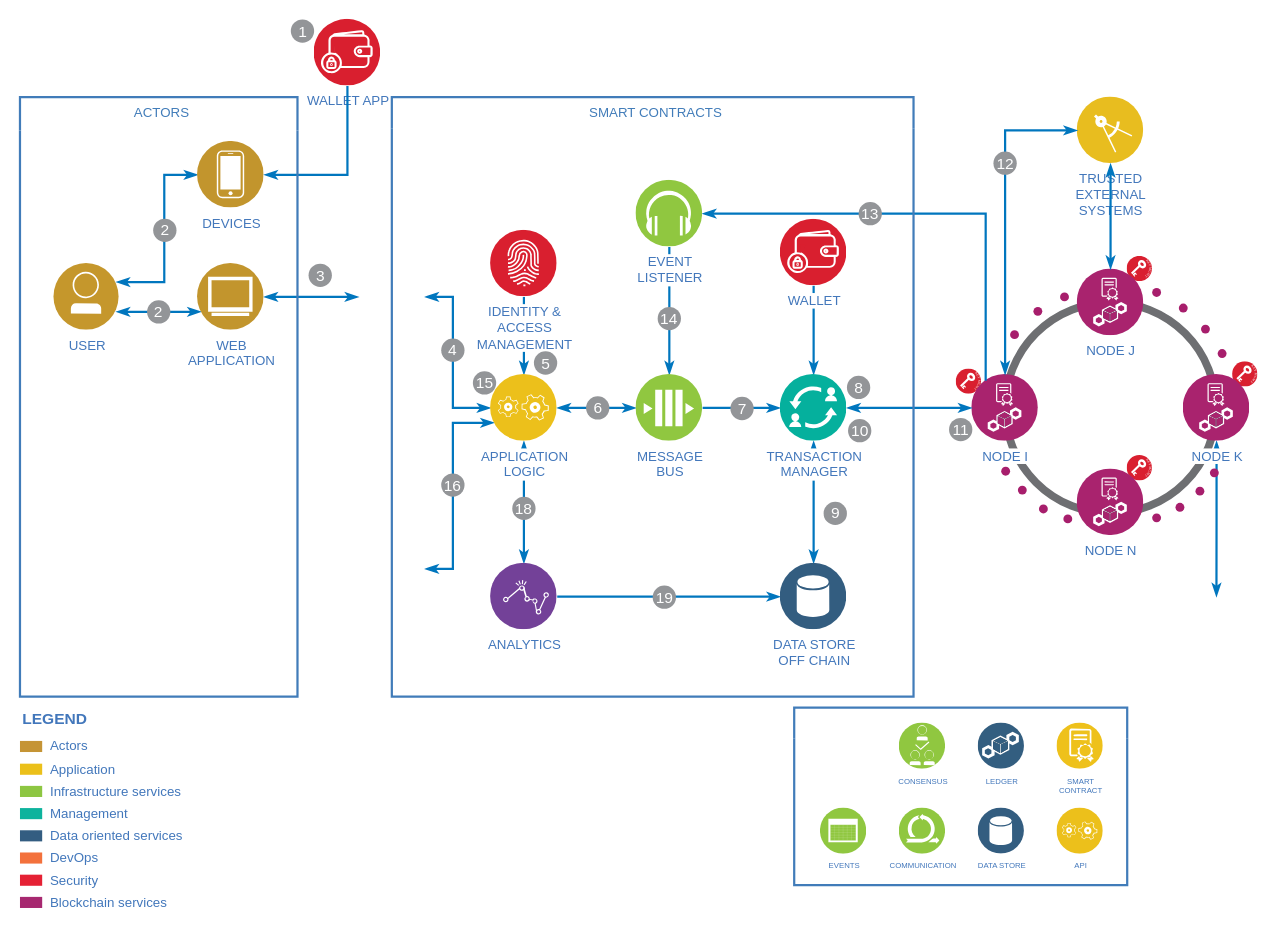
Earlier version of the draw.io diagram Dero.Stargate.AsIs.drawio (liqdmetal/DERO.STARGATE.DIAGRAMS). Source tidied: cells renumbered, new cells numbered last; positions are measured from the earlier drawing's top-left corner, leaving out a move shared by most shapes. Both pictures are drawn from the tidied source at 111%, with x=0, y=0 at pixel (19, 19).
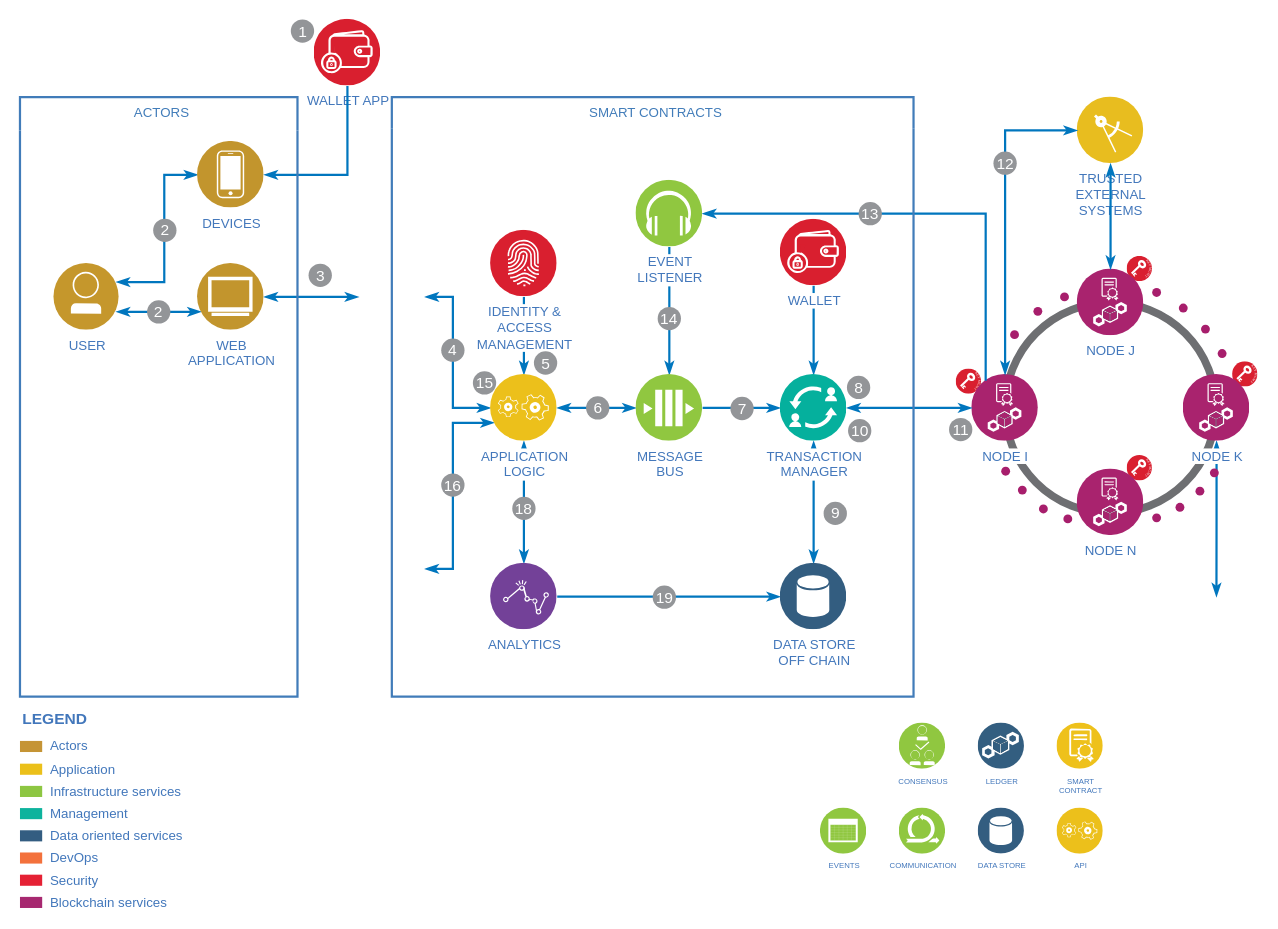
The same page after the edit.

The change refers to these unchanged cells:
```xml
<mxCell id="60" style="group;fontSize=7;" parent="1" vertex="1">
  <mxGeometry x="698" y="620" width="300" height="160" as="geometry" />
</mxCell>
```

The edit, as a diff of the source:
```diff
@@
-    <mxCell id="68" style="swimlane;fontStyle=0;horizontal=1;startSize=28;swimlaneLine=0;swimlaneFillColor=none;fillColor=none;rounded=0;whiteSpace=wrap;html=1;absoluteArcSize=1;arcSize=12;strokeColor=#417CB9;fontColor=#417CB9;verticalAlign=top;align=left;spacingLeft=5;dashed=0;strokeWidth=2;fontSize=7;spacingTop=0;" parent="60" vertex="1">
-      <mxGeometry width="300" height="160" as="geometry" />
-    </mxCell>
```
